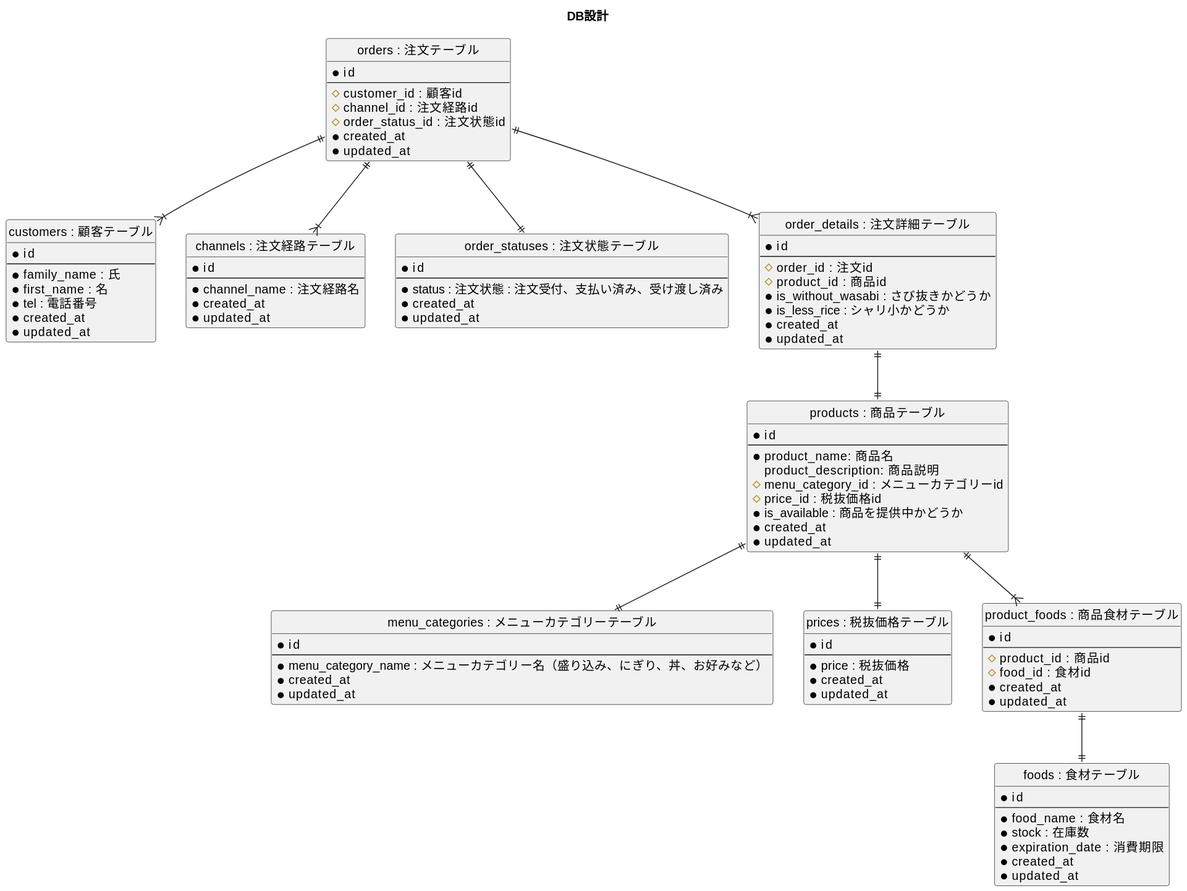
The PlantUML diagram RSnHzWhxTB705z/01_データベース設計/01_DBモデリング1/01_01_03_er_diagram.svg in praha-inc/praha-challenge-7, before a commit. Its diagram source:
```plantuml
@startuml
hide circle

title DB設計

entity "orders : 注文テーブル" as orders {
  *id
  --
  #customer_id : 顧客id
  #channel_id : 注文経路id
  #order_status_id : 注文状態id
  *created_at
  *updated_at
}

entity "customers : 顧客テーブル" as customers {
  *id
  --
  *family_name : 氏
  *first_name : 名
  *tel : 電話番号
  *created_at
  *updated_at
}

entity "channels : 注文経路テーブル" as channels {
  *id
  --
  *channel_name : 注文経路名
  *created_at
  *updated_at
}

entity "order_statuses : 注文状態テーブル" as order_statuses {
  *id
  --
  *status : 注文状態 : 注文受付、支払い済み、受け渡し済み
  *created_at
  *updated_at
}

entity "order_details : 注文詳細テーブル" as order_details {
  *id
  --
  #order_id : 注文id
  #product_id : 商品id
  *is_without_wasabi : さび抜きかどうか
  *is_less_rice : シャリ小かどうか
  *created_at
  *updated_at
}

entity "products : 商品テーブル" as products {
  *id
  --
  *product_name: 商品名
  product_description: 商品説明
  #menu_category_id : メニューカテゴリーid
  #price_id : 税抜価格id
  *is_available : 商品を提供中かどうか
  *created_at
  *updated_at
}

entity "menu_categories : メニューカテゴリーテーブル" as menu_categories {
  *id
  --
  *menu_category_name : メニューカテゴリー名（盛り込み、にぎり、丼、お好みなど）
  *created_at
  *updated_at
}

entity "prices : 税抜価格テーブル" as prices {
  *id
  --
  *price : 税抜価格
  *created_at
  *updated_at
}

entity "product_foods : 商品食材テーブル" as product_foods {
  *id
  --
  #product_id : 商品id
  #food_id : 食材id
  *created_at
  *updated_at
}

entity "foods : 食材テーブル" as foods {
  *id
  --
  *food_name : 食材名
  *stock : 在庫数
  *expiration_date : 消費期限
  *created_at
  *updated_at
}

orders ||--|{ customers
orders ||--|{ channels
orders ||--|| order_statuses
orders ||--|{ order_details
order_details ||--|| products
products ||--|| menu_categories
products ||--|| prices
products ||--|{ product_foods
product_foods ||--|| foods
@enduml
```
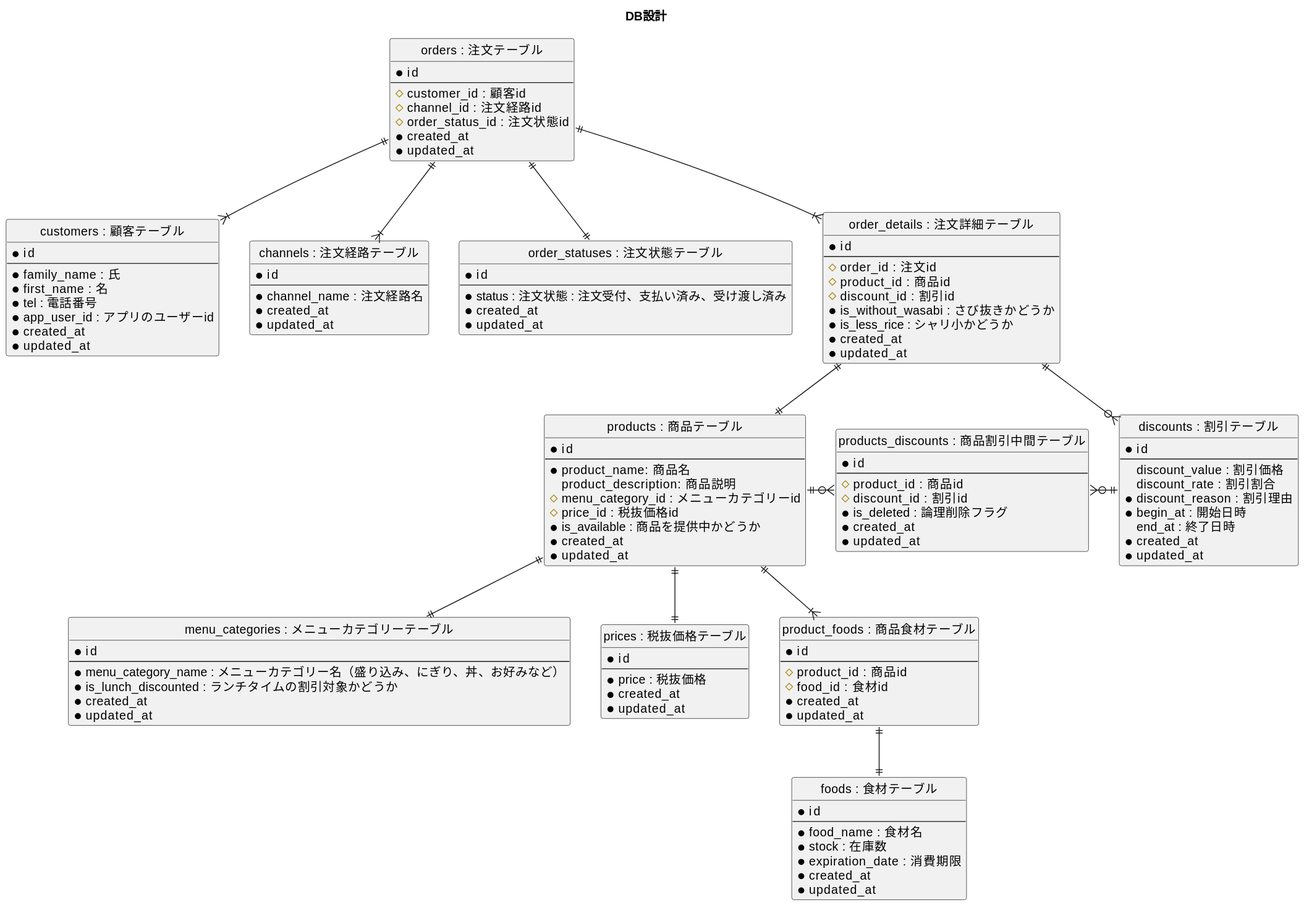
Above is the later version.

What changed in the source:
```diff
@@ -19,6 +19,7 @@
   *family_name : 氏
   *first_name : 名
   *tel : 電話番号
+  *app_user_id : アプリのユーザーid
   *created_at
   *updated_at
 }
@@ -44,6 +45,7 @@
   --
   #order_id : 注文id
   #product_id : 商品id
+  #discount_id : 割引id
   *is_without_wasabi : さび抜きかどうか
   *is_less_rice : シャリ小かどうか
   *created_at
@@ -66,6 +68,7 @@
   *id
   --
   *menu_category_name : メニューカテゴリー名（盛り込み、にぎり、丼、お好みなど）
+  *is_lunch_discounted : ランチタイムの割引対象かどうか
   *created_at
   *updated_at
 }
@@ -74,6 +77,28 @@
   *id
   --
   *price : 税抜価格
+  *created_at
+  *updated_at
+}
+
+entity "discounts : 割引テーブル" as discounts {
+  *id
+  --
+  discount_value : 割引価格
+  discount_rate : 割引割合
+  *discount_reason : 割引理由
+  *begin_at : 開始日時
+  end_at : 終了日時
+  *created_at
+  *updated_at
+}
+
+entity "products_discounts : 商品割引中間テーブル" as products_discounts {
+  *id
+  --
+  #product_id : 商品id
+  #discount_id : 割引id
+  *is_deleted : 論理削除フラグ
   *created_at
   *updated_at
 }
@@ -101,9 +126,16 @@
 orders ||--|{ channels
 orders ||--|| order_statuses
 orders ||--|{ order_details
+
 order_details ||--|| products
+order_details ||--o{ discounts
+
 products ||--|| menu_categories
 products ||--|| prices
 products ||--|{ product_foods
+
+products ||-r-o{ products_discounts
+discounts ||-l-o{ products_discounts
+
 product_foods ||--|| foods
 @enduml
```
